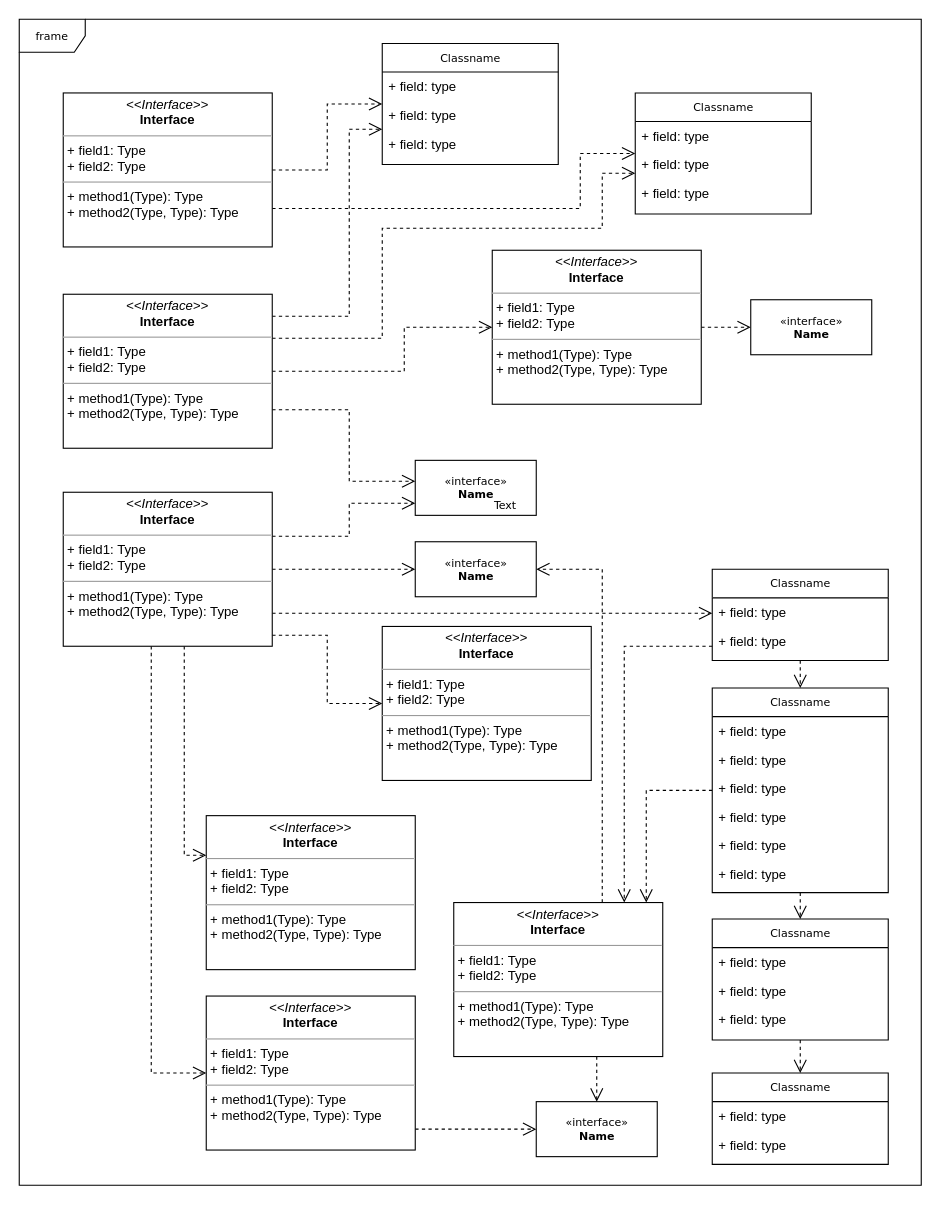
yxchia98/spooder keeps this draw.io diagram as Spooder/Untitled Diagram.drawio. Above is the earlier version. Source tidied: cells renumbered, new cells numbered last; positions are measured from the earlier drawing's top-left corner, leaving out a move shared by most shapes. Both pictures are drawn from the tidied source at 110%, with x=0, y=0 at pixel (19, 19).
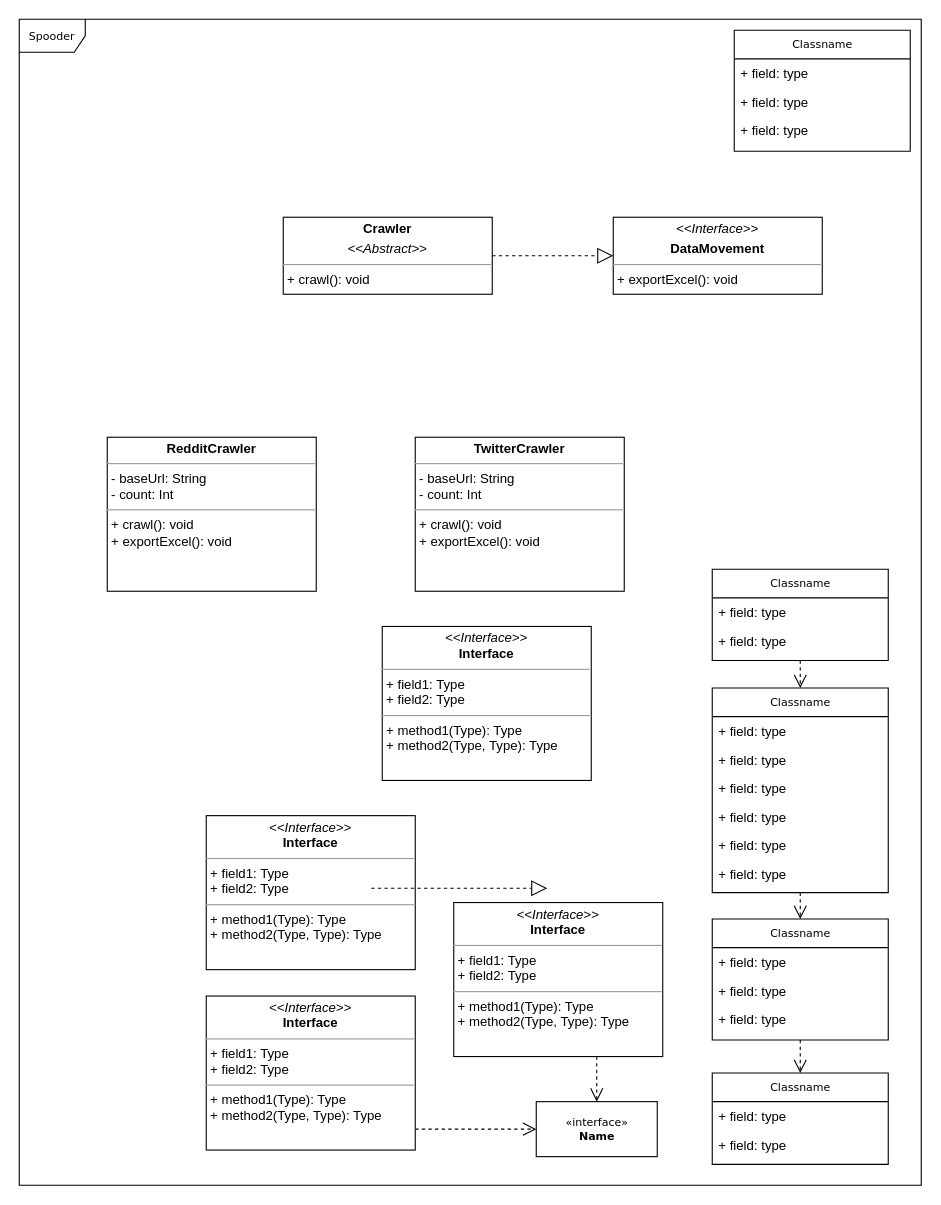
After the change.

Commit message:
updated UML diagram

The change refers to these unchanged cells:
```xml
<mxCell id="5" value="Classname" style="swimlane;html=1;fontStyle=0;horizontal=1;startSize=26;fillColor=none;swimlaneFillColor=#ffffff;rounded=0;shadow=0;comic=0;labelBackgroundColor=none;strokeWidth=1;fontFamily=Verdana;fontSize=10;align=center;" parent="1" vertex="1">
  <mxGeometry x="630" y="608" width="160" height="186" as="geometry" />
</mxCell>
<mxCell id="29" value="Classname" style="swimlane;html=1;fontStyle=0;horizontal=1;startSize=26;fillColor=none;swimlaneFillColor=#ffffff;rounded=0;shadow=0;comic=0;labelBackgroundColor=none;strokeWidth=1;fontFamily=Verdana;fontSize=10;align=center;" parent="1" vertex="1">
  <mxGeometry x="630" y="500" width="160" height="83" as="geometry" />
</mxCell>
<mxCell id="35" value="&lt;p style=&quot;margin:0px;margin-top:4px;text-align:center;&quot;&gt;&lt;i&gt;&amp;lt;&amp;lt;Interface&amp;gt;&amp;gt;&lt;/i&gt;&lt;br/&gt;&lt;b&gt;Interface&lt;/b&gt;&lt;/p&gt;&lt;hr size=&quot;1&quot;/&gt;&lt;p style=&quot;margin:0px;margin-left:4px;&quot;&gt;+ field1: Type&lt;br/&gt;+ field2: Type&lt;/p&gt;&lt;hr size=&quot;1&quot;/&gt;&lt;p style=&quot;margin:0px;margin-left:4px;&quot;&gt;+ method1(Type): Type&lt;br/&gt;+ method2(Type, Type): Type&lt;/p&gt;" style="verticalAlign=top;align=left;overflow=fill;fontSize=12;fontFamily=Helvetica;html=1;rounded=0;shadow=0;comic=0;labelBackgroundColor=none;strokeWidth=1;" parent="1" vertex="1">
  <mxGeometry x="395" y="803" width="190" height="140" as="geometry" />
</mxCell>
<mxCell id="36" value="&lt;p style=&quot;margin:0px;margin-top:4px;text-align:center;&quot;&gt;&lt;i&gt;&amp;lt;&amp;lt;Interface&amp;gt;&amp;gt;&lt;/i&gt;&lt;br/&gt;&lt;b&gt;Interface&lt;/b&gt;&lt;/p&gt;&lt;hr size=&quot;1&quot;/&gt;&lt;p style=&quot;margin:0px;margin-left:4px;&quot;&gt;+ field1: Type&lt;br/&gt;+ field2: Type&lt;/p&gt;&lt;hr size=&quot;1&quot;/&gt;&lt;p style=&quot;margin:0px;margin-left:4px;&quot;&gt;+ method1(Type): Type&lt;br/&gt;+ method2(Type, Type): Type&lt;/p&gt;" style="verticalAlign=top;align=left;overflow=fill;fontSize=12;fontFamily=Helvetica;html=1;rounded=0;shadow=0;comic=0;labelBackgroundColor=none;strokeWidth=1;" parent="1" vertex="1">
  <mxGeometry x="330" y="552" width="190" height="140" as="geometry" />
</mxCell>
<mxCell id="38" value="&lt;p style=&quot;margin:0px;margin-top:4px;text-align:center;&quot;&gt;&lt;i&gt;&amp;lt;&amp;lt;Interface&amp;gt;&amp;gt;&lt;/i&gt;&lt;br/&gt;&lt;b&gt;Interface&lt;/b&gt;&lt;/p&gt;&lt;hr size=&quot;1&quot;/&gt;&lt;p style=&quot;margin:0px;margin-left:4px;&quot;&gt;+ field1: Type&lt;br/&gt;+ field2: Type&lt;/p&gt;&lt;hr size=&quot;1&quot;/&gt;&lt;p style=&quot;margin:0px;margin-left:4px;&quot;&gt;+ method1(Type): Type&lt;br/&gt;+ method2(Type, Type): Type&lt;/p&gt;" style="verticalAlign=top;align=left;overflow=fill;fontSize=12;fontFamily=Helvetica;html=1;rounded=0;shadow=0;comic=0;labelBackgroundColor=none;strokeWidth=1;" parent="1" vertex="1">
  <mxGeometry x="170" y="888" width="190" height="140" as="geometry" />
</mxCell>
<mxCell id="39" value="&lt;p style=&quot;margin:0px;margin-top:4px;text-align:center;&quot;&gt;&lt;i&gt;&amp;lt;&amp;lt;Interface&amp;gt;&amp;gt;&lt;/i&gt;&lt;br/&gt;&lt;b&gt;Interface&lt;/b&gt;&lt;/p&gt;&lt;hr size=&quot;1&quot;/&gt;&lt;p style=&quot;margin:0px;margin-left:4px;&quot;&gt;+ field1: Type&lt;br/&gt;+ field2: Type&lt;/p&gt;&lt;hr size=&quot;1&quot;/&gt;&lt;p style=&quot;margin:0px;margin-left:4px;&quot;&gt;+ method1(Type): Type&lt;br/&gt;+ method2(Type, Type): Type&lt;/p&gt;" style="verticalAlign=top;align=left;overflow=fill;fontSize=12;fontFamily=Helvetica;html=1;rounded=0;shadow=0;comic=0;labelBackgroundColor=none;strokeWidth=1;" parent="1" vertex="1">
  <mxGeometry x="170" y="724" width="190" height="140" as="geometry" />
</mxCell>
```

Diff of the diagram source:
```diff
@@
-    <mxCell id="2" value="frame" style="shape=umlFrame;whiteSpace=wrap;html=1;rounded=0;shadow=0;comic=0;labelBackgroundColor=none;strokeWidth=1;fontFamily=Verdana;fontSize=10;align=center;" parent="1" vertex="1">
+    <mxCell id="2" value="Spooder" style="shape=umlFrame;whiteSpace=wrap;html=1;rounded=0;shadow=0;comic=0;labelBackgroundColor=none;strokeWidth=1;fontFamily=Verdana;fontSize=10;align=center;" parent="1" vertex="1">
       <mxGeometry width="820" height="1060" as="geometry" />
     </mxCell>
-    <mxCell id="3" style="edgeStyle=orthogonalEdgeStyle;rounded=0;html=1;dashed=1;labelBackgroundColor=none;startFill=0;endArrow=open;endFill=0;endSize=10;fontFamily=Verdana;fontSize=10;" parent="1" edge="1" source="5" target="35">
-      <mxGeometry relative="1" as="geometry">
-        <Array as="points">
-          <mxPoint x="570" y="701" />
-        </Array>
-      </mxGeometry>
-    </mxCell>
@@
-    <mxCell id="12" value="Classname" style="swimlane;html=1;fontStyle=0;horizontal=1;startSize=26;fillColor=none;swimlaneFillColor=#ffffff;rounded=0;shadow=0;comic=0;labelBackgroundColor=none;strokeWidth=1;fontFamily=Verdana;fontSize=10;align=center;" parent="1" vertex="1">
-      <mxGeometry x="330" y="22" width="160" height="110" as="geometry" />
-    </mxCell>
-    <mxCell id="13" value="+ field: type" style="text;html=1;strokeColor=none;fillColor=none;align=left;verticalAlign=top;spacingLeft=4;spacingRight=4;whiteSpace=wrap;overflow=hidden;" parent="12" vertex="1">
-      <mxGeometry y="26" width="160" height="26" as="geometry" />
-    </mxCell>
-    <mxCell id="14" value="+ field: type" style="text;html=1;strokeColor=none;fillColor=none;align=left;verticalAlign=top;spacingLeft=4;spacingRight=4;whiteSpace=wrap;overflow=hidden;" parent="12" vertex="1">
-      <mxGeometry y="52" width="160" height="26" as="geometry" />
-    </mxCell>
-    <mxCell id="15" value="+ field: type" style="text;html=1;strokeColor=none;fillColor=none;align=left;verticalAlign=top;spacingLeft=4;spacingRight=4;whiteSpace=wrap;overflow=hidden;" parent="12" vertex="1">
-      <mxGeometry y="78" width="160" height="26" as="geometry" />
-    </mxCell>
     <mxCell id="16" value="Classname" style="swimlane;html=1;fontStyle=0;horizontal=1;startSize=26;fillColor=none;swimlaneFillColor=#ffffff;rounded=0;shadow=0;comic=0;labelBackgroundColor=none;strokeWidth=1;fontFamily=Verdana;fontSize=10;align=center;" parent="1" vertex="1">
-      <mxGeometry x="560" y="67" width="160" height="110" as="geometry" />
+      <mxGeometry x="650" y="10" width="160" height="110" as="geometry" />
     </mxCell>
@@
-    <mxCell id="34" style="edgeStyle=orthogonalEdgeStyle;rounded=0;html=1;dashed=1;labelBackgroundColor=none;startFill=0;endArrow=open;endFill=0;endSize=10;fontFamily=Verdana;fontSize=10;" parent="1" edge="1" source="35" target="40">
-      <mxGeometry relative="1" as="geometry">
-        <Array as="points">
-          <mxPoint x="530" y="500" />
-        </Array>
-      </mxGeometry>
-    </mxCell>
@@
-    <mxCell id="40" value="&amp;laquo;interface&amp;raquo;&lt;br&gt;&lt;b&gt;Name&lt;/b&gt;" style="html=1;rounded=0;shadow=0;comic=0;labelBackgroundColor=none;strokeWidth=1;fontFamily=Verdana;fontSize=10;align=center;" parent="1" vertex="1">
-      <mxGeometry x="360" y="475" width="110" height="50" as="geometry" />
-    </mxCell>
-    <mxCell id="41" value="&amp;laquo;interface&amp;raquo;&lt;br&gt;&lt;b&gt;Name&lt;/b&gt;" style="html=1;rounded=0;shadow=0;comic=0;labelBackgroundColor=none;strokeWidth=1;fontFamily=Verdana;fontSize=10;align=center;" parent="1" vertex="1">
-      <mxGeometry x="360" y="401" width="110" height="50" as="geometry" />
-    </mxCell>
-    <mxCell id="42" style="edgeStyle=orthogonalEdgeStyle;rounded=0;html=1;dashed=1;labelBackgroundColor=none;startFill=0;endArrow=open;endFill=0;endSize=10;fontFamily=Verdana;fontSize=10;" parent="1" edge="1" source="43" target="45">
-      <mxGeometry relative="1" as="geometry" />
-    </mxCell>
-    <mxCell id="43" value="&lt;p style=&quot;margin:0px;margin-top:4px;text-align:center;&quot;&gt;&lt;i&gt;&amp;lt;&amp;lt;Interface&amp;gt;&amp;gt;&lt;/i&gt;&lt;br/&gt;&lt;b&gt;Interface&lt;/b&gt;&lt;/p&gt;&lt;hr size=&quot;1&quot;/&gt;&lt;p style=&quot;margin:0px;margin-left:4px;&quot;&gt;+ field1: Type&lt;br/&gt;+ field2: Type&lt;/p&gt;&lt;hr size=&quot;1&quot;/&gt;&lt;p style=&quot;margin:0px;margin-left:4px;&quot;&gt;+ method1(Type): Type&lt;br/&gt;+ method2(Type, Type): Type&lt;/p&gt;" style="verticalAlign=top;align=left;overflow=fill;fontSize=12;fontFamily=Helvetica;html=1;rounded=0;shadow=0;comic=0;labelBackgroundColor=none;strokeWidth=1;" parent="1" vertex="1">
-      <mxGeometry x="430" y="210" width="190" height="140" as="geometry" />
-    </mxCell>
-    <mxCell id="44" value="Text" style="text;html=1;align=left;verticalAlign=top;spacingTop=-4;fontSize=10;fontFamily=Verdana;fontColor=#000000;" parent="1" vertex="1">
-      <mxGeometry x="430" y="434" width="40" height="10" as="geometry" />
-    </mxCell>
-    <mxCell id="45" value="&amp;laquo;interface&amp;raquo;&lt;br&gt;&lt;b&gt;Name&lt;/b&gt;" style="html=1;rounded=0;shadow=0;comic=0;labelBackgroundColor=none;strokeWidth=1;fontFamily=Verdana;fontSize=10;align=center;" parent="1" vertex="1">
-      <mxGeometry x="665" y="255" width="110" height="50" as="geometry" />
-    </mxCell>
-    <mxCell id="46" style="edgeStyle=orthogonalEdgeStyle;rounded=0;html=1;labelBackgroundColor=none;startFill=0;endArrow=open;endFill=0;endSize=10;fontFamily=Verdana;fontSize=10;dashed=1;" parent="1" edge="1" source="48" target="12">
-      <mxGeometry relative="1" as="geometry" />
-    </mxCell>
-    <mxCell id="47" style="edgeStyle=orthogonalEdgeStyle;rounded=0;html=1;exitX=1;exitY=0.75;dashed=1;labelBackgroundColor=none;startFill=0;endArrow=open;endFill=0;endSize=10;fontFamily=Verdana;fontSize=10;" parent="1" edge="1" source="48" target="16">
-      <mxGeometry relative="1" as="geometry">
-        <Array as="points">
-          <mxPoint x="510" y="172" />
-          <mxPoint x="510" y="122" />
-        </Array>
-      </mxGeometry>
-    </mxCell>
-    <mxCell id="48" value="&lt;p style=&quot;margin:0px;margin-top:4px;text-align:center;&quot;&gt;&lt;i&gt;&amp;lt;&amp;lt;Interface&amp;gt;&amp;gt;&lt;/i&gt;&lt;br/&gt;&lt;b&gt;Interface&lt;/b&gt;&lt;/p&gt;&lt;hr size=&quot;1&quot;/&gt;&lt;p style=&quot;margin:0px;margin-left:4px;&quot;&gt;+ field1: Type&lt;br/&gt;+ field2: Type&lt;/p&gt;&lt;hr size=&quot;1&quot;/&gt;&lt;p style=&quot;margin:0px;margin-left:4px;&quot;&gt;+ method1(Type): Type&lt;br/&gt;+ method2(Type, Type): Type&lt;/p&gt;" style="verticalAlign=top;align=left;overflow=fill;fontSize=12;fontFamily=Helvetica;html=1;rounded=0;shadow=0;comic=0;labelBackgroundColor=none;strokeWidth=1;" parent="1" vertex="1">
-      <mxGeometry x="40" y="67" width="190" height="140" as="geometry" />
+    <mxCell id="48" value="&lt;p style=&quot;margin: 0px ; margin-top: 4px ; text-align: center&quot;&gt;&lt;i&gt;&amp;lt;&amp;lt;Interface&amp;gt;&amp;gt;&lt;/i&gt;&lt;br&gt;&lt;/p&gt;&lt;p style=&quot;margin: 0px ; margin-top: 4px ; text-align: center&quot;&gt;&lt;b&gt;DataMovement&lt;/b&gt;&lt;/p&gt;&lt;hr size=&quot;1&quot;&gt;&lt;p style=&quot;margin: 0px ; margin-left: 4px&quot;&gt;+ exportExcel(): void&lt;br&gt;&lt;/p&gt;" style="verticalAlign=top;align=left;overflow=fill;fontSize=12;fontFamily=Helvetica;html=1;rounded=0;shadow=0;comic=0;labelBackgroundColor=none;strokeWidth=1;" parent="1" vertex="1">
+      <mxGeometry x="540" y="180" width="190" height="70" as="geometry" />
     </mxCell>
-    <mxCell id="49" style="edgeStyle=orthogonalEdgeStyle;rounded=0;html=1;dashed=1;labelBackgroundColor=none;startFill=0;endArrow=open;endFill=0;endSize=10;fontFamily=Verdana;fontSize=10;" parent="1" edge="1" source="53" target="12">
-      <mxGeometry relative="1" as="geometry">
-        <Array as="points">
-          <mxPoint x="300" y="270" />
-          <mxPoint x="300" y="100" />
-        </Array>
-      </mxGeometry>
-    </mxCell>
-    <mxCell id="50" style="edgeStyle=orthogonalEdgeStyle;rounded=0;html=1;dashed=1;labelBackgroundColor=none;startFill=0;endArrow=open;endFill=0;endSize=10;fontFamily=Verdana;fontSize=10;" parent="1" edge="1" source="53" target="16">
-      <mxGeometry relative="1" as="geometry">
-        <Array as="points">
-          <mxPoint x="330" y="290" />
-          <mxPoint x="330" y="190" />
-          <mxPoint x="530" y="190" />
-          <mxPoint x="530" y="140" />
-        </Array>
-      </mxGeometry>
-    </mxCell>
-    <mxCell id="51" style="edgeStyle=orthogonalEdgeStyle;rounded=0;html=1;dashed=1;labelBackgroundColor=none;startFill=0;endArrow=open;endFill=0;endSize=10;fontFamily=Verdana;fontSize=10;" parent="1" edge="1" source="53" target="43">
-      <mxGeometry relative="1" as="geometry">
-        <Array as="points">
-          <mxPoint x="350" y="320" />
-          <mxPoint x="350" y="280" />
-        </Array>
-      </mxGeometry>
-    </mxCell>
-    <mxCell id="52" style="edgeStyle=orthogonalEdgeStyle;rounded=0;html=1;exitX=1;exitY=0.75;dashed=1;labelBackgroundColor=none;startFill=0;endArrow=open;endFill=0;endSize=10;fontFamily=Verdana;fontSize=10;" parent="1" edge="1" source="53" target="41">
-      <mxGeometry relative="1" as="geometry">
-        <Array as="points">
-          <mxPoint x="300" y="355" />
-          <mxPoint x="300" y="420" />
-        </Array>
-      </mxGeometry>
-    </mxCell>
-    <mxCell id="53" value="&lt;p style=&quot;margin:0px;margin-top:4px;text-align:center;&quot;&gt;&lt;i&gt;&amp;lt;&amp;lt;Interface&amp;gt;&amp;gt;&lt;/i&gt;&lt;br/&gt;&lt;b&gt;Interface&lt;/b&gt;&lt;/p&gt;&lt;hr size=&quot;1&quot;/&gt;&lt;p style=&quot;margin:0px;margin-left:4px;&quot;&gt;+ field1: Type&lt;br/&gt;+ field2: Type&lt;/p&gt;&lt;hr size=&quot;1&quot;/&gt;&lt;p style=&quot;margin:0px;margin-left:4px;&quot;&gt;+ method1(Type): Type&lt;br/&gt;+ method2(Type, Type): Type&lt;/p&gt;" style="verticalAlign=top;align=left;overflow=fill;fontSize=12;fontFamily=Helvetica;html=1;rounded=0;shadow=0;comic=0;labelBackgroundColor=none;strokeWidth=1;" parent="1" vertex="1">
-      <mxGeometry x="40" y="250" width="190" height="140" as="geometry" />
-    </mxCell>
-    <mxCell id="54" style="edgeStyle=orthogonalEdgeStyle;rounded=0;html=1;dashed=1;labelBackgroundColor=none;startFill=0;endArrow=open;endFill=0;endSize=10;fontFamily=Verdana;fontSize=10;" parent="1" edge="1" source="60" target="41">
-      <mxGeometry relative="1" as="geometry">
-        <Array as="points">
-          <mxPoint x="300" y="470" />
-          <mxPoint x="300" y="440" />
-        </Array>
-      </mxGeometry>
-    </mxCell>
-    <mxCell id="55" style="edgeStyle=orthogonalEdgeStyle;rounded=0;html=1;dashed=1;labelBackgroundColor=none;startFill=0;endArrow=open;endFill=0;endSize=10;fontFamily=Verdana;fontSize=10;" parent="1" edge="1" source="60" target="40">
-      <mxGeometry relative="1" as="geometry" />
-    </mxCell>
-    <mxCell id="56" style="edgeStyle=orthogonalEdgeStyle;rounded=0;html=1;dashed=1;labelBackgroundColor=none;startFill=0;endArrow=open;endFill=0;endSize=10;fontFamily=Verdana;fontSize=10;" parent="1" edge="1" source="60" target="36">
-      <mxGeometry relative="1" as="geometry">
-        <Array as="points">
-          <mxPoint x="280" y="560" />
-          <mxPoint x="280" y="622" />
-        </Array>
-      </mxGeometry>
-    </mxCell>
-    <mxCell id="57" style="edgeStyle=orthogonalEdgeStyle;rounded=0;html=1;dashed=1;labelBackgroundColor=none;startFill=0;endArrow=open;endFill=0;endSize=10;fontFamily=Verdana;fontSize=10;" parent="1" edge="1" source="60" target="29">
-      <mxGeometry relative="1" as="geometry">
-        <Array as="points">
-          <mxPoint x="330" y="540" />
-          <mxPoint x="330" y="540" />
-        </Array>
-      </mxGeometry>
-    </mxCell>
-    <mxCell id="58" style="edgeStyle=orthogonalEdgeStyle;rounded=0;html=1;dashed=1;labelBackgroundColor=none;startFill=0;endArrow=open;endFill=0;endSize=10;fontFamily=Verdana;fontSize=10;" parent="1" edge="1" source="60" target="39">
-      <mxGeometry relative="1" as="geometry">
-        <Array as="points">
-          <mxPoint x="150" y="760" />
-        </Array>
-      </mxGeometry>
-    </mxCell>
-    <mxCell id="59" style="edgeStyle=orthogonalEdgeStyle;rounded=0;html=1;dashed=1;labelBackgroundColor=none;startFill=0;endArrow=open;endFill=0;endSize=10;fontFamily=Verdana;fontSize=10;" parent="1" edge="1" source="60" target="38">
-      <mxGeometry relative="1" as="geometry">
-        <Array as="points">
-          <mxPoint x="120" y="958" />
-        </Array>
-      </mxGeometry>
-    </mxCell>
-    <mxCell id="60" value="&lt;p style=&quot;margin:0px;margin-top:4px;text-align:center;&quot;&gt;&lt;i&gt;&amp;lt;&amp;lt;Interface&amp;gt;&amp;gt;&lt;/i&gt;&lt;br/&gt;&lt;b&gt;Interface&lt;/b&gt;&lt;/p&gt;&lt;hr size=&quot;1&quot;/&gt;&lt;p style=&quot;margin:0px;margin-left:4px;&quot;&gt;+ field1: Type&lt;br/&gt;+ field2: Type&lt;/p&gt;&lt;hr size=&quot;1&quot;/&gt;&lt;p style=&quot;margin:0px;margin-left:4px;&quot;&gt;+ method1(Type): Type&lt;br/&gt;+ method2(Type, Type): Type&lt;/p&gt;" style="verticalAlign=top;align=left;overflow=fill;fontSize=12;fontFamily=Helvetica;html=1;rounded=0;shadow=0;comic=0;labelBackgroundColor=none;strokeWidth=1;" parent="1" vertex="1">
-      <mxGeometry x="40" y="430" width="190" height="140" as="geometry" />
+    <mxCell id="60" value="&lt;p style=&quot;margin: 0px ; margin-top: 4px ; text-align: center&quot;&gt;&lt;b&gt;Crawler&lt;/b&gt;&lt;/p&gt;&lt;p style=&quot;margin: 0px ; margin-top: 4px ; text-align: center&quot;&gt;&lt;i&gt;&amp;lt;&amp;lt;Abstract&amp;gt;&amp;gt;&lt;/i&gt;&lt;/p&gt;&lt;hr size=&quot;1&quot;&gt;&lt;p style=&quot;margin: 0px ; margin-left: 4px&quot;&gt;+ crawl(): void&lt;/p&gt;" style="verticalAlign=top;align=left;overflow=fill;fontSize=12;fontFamily=Helvetica;html=1;rounded=0;shadow=0;comic=0;labelBackgroundColor=none;strokeWidth=1;" parent="1" vertex="1">
+      <mxGeometry x="240" y="180" width="190" height="70" as="geometry" />
     </mxCell>
-    <mxCell id="61" style="edgeStyle=orthogonalEdgeStyle;rounded=0;html=1;dashed=1;labelBackgroundColor=none;startFill=0;endArrow=open;endFill=0;endSize=10;fontFamily=Verdana;fontSize=10;" parent="1" edge="1" source="29" target="35">
-      <mxGeometry relative="1" as="geometry">
-        <Array as="points">
-          <mxPoint x="550" y="570" />
-        </Array>
-      </mxGeometry>
-    </mxCell>
+    <mxCell id="62" style="endArrow=block;dashed=1;endFill=0;endSize=12;html=1;" parent="1" edge="1">
+      <mxGeometry relative="1" as="geometry">
+        <mxPoint x="320" y="790" as="sourcePoint" />
+        <mxPoint x="480" y="790" as="targetPoint" />
+      </mxGeometry>
+    </mxCell>
+    <mxCell id="63" value="&lt;p style=&quot;margin: 0px ; margin-top: 4px ; text-align: center&quot;&gt;&lt;b&gt;RedditCrawler&lt;/b&gt;&lt;/p&gt;&lt;hr size=&quot;1&quot;&gt;&lt;p style=&quot;margin: 0px ; margin-left: 4px&quot;&gt;- baseUrl: String&lt;br&gt;- count: Int&lt;/p&gt;&lt;hr size=&quot;1&quot;&gt;&lt;p style=&quot;margin: 0px ; margin-left: 4px&quot;&gt;+ crawl(): void&lt;br&gt;+ exportExcel(): void&lt;/p&gt;" style="verticalAlign=top;align=left;overflow=fill;fontSize=12;fontFamily=Helvetica;html=1;rounded=0;shadow=0;comic=0;labelBackgroundColor=none;strokeWidth=1;" parent="1" vertex="1">
+      <mxGeometry x="80" y="380" width="190" height="140" as="geometry" />
+    </mxCell>
+    <mxCell id="64" style="endArrow=block;dashed=1;endFill=0;endSize=12;html=1;exitX=1;exitY=0.5;exitDx=0;exitDy=0;entryX=0;entryY=0.5;entryDx=0;entryDy=0;" parent="1" edge="1" source="60" target="48">
+      <mxGeometry relative="1" as="geometry" />
+    </mxCell>
+    <mxCell id="65" value="&lt;p style=&quot;margin: 0px ; margin-top: 4px ; text-align: center&quot;&gt;&lt;b&gt;TwitterCrawler&lt;/b&gt;&lt;/p&gt;&lt;hr size=&quot;1&quot;&gt;&lt;p style=&quot;margin: 0px ; margin-left: 4px&quot;&gt;- baseUrl: String&lt;br&gt;- count: Int&lt;/p&gt;&lt;hr size=&quot;1&quot;&gt;&lt;p style=&quot;margin: 0px ; margin-left: 4px&quot;&gt;+ crawl(): void&lt;br&gt;+ exportExcel(): void&lt;/p&gt;" style="verticalAlign=top;align=left;overflow=fill;fontSize=12;fontFamily=Helvetica;html=1;rounded=0;shadow=0;comic=0;labelBackgroundColor=none;strokeWidth=1;" parent="1" vertex="1">
+      <mxGeometry x="360" y="380" width="190" height="140" as="geometry" />
+    </mxCell>
```
